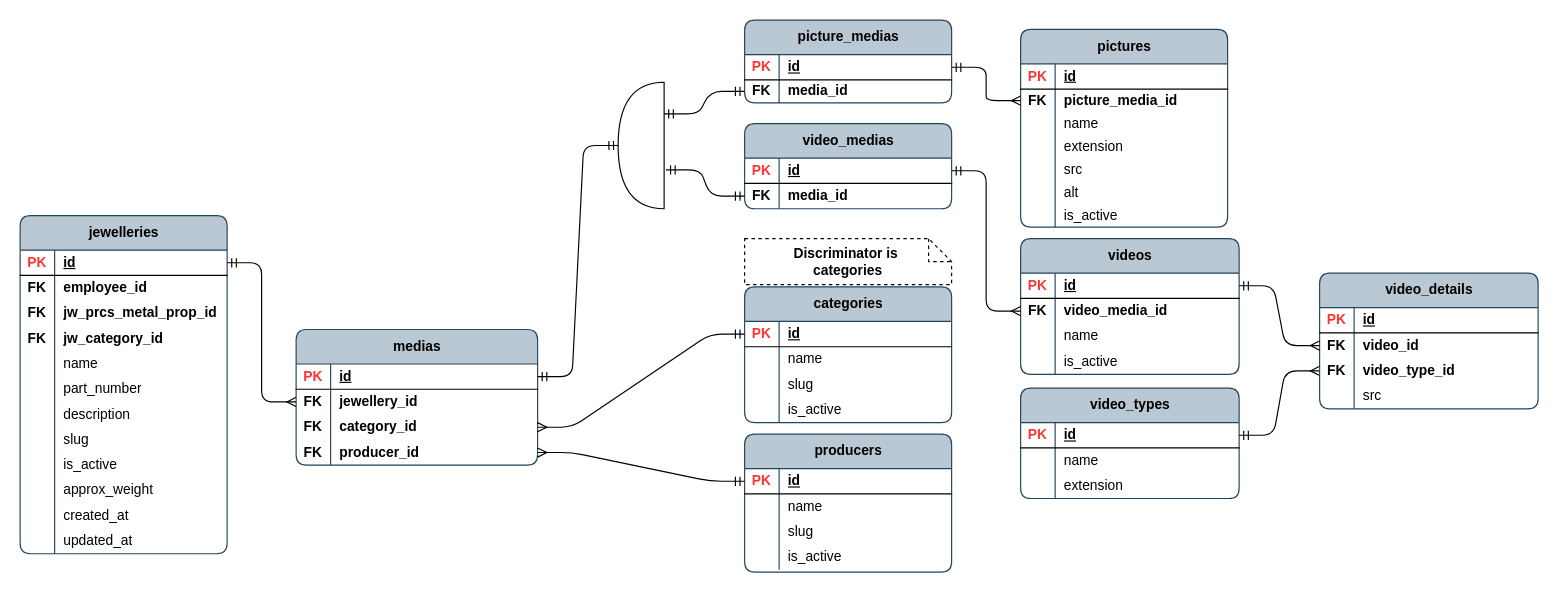
The draw.io diagram page "psql_medias" (6 of 14) of publisher/laravel-app/psql_jewellery_items.drawio in Local-development-environment/msg-brokers-publisher-consumer, before the edit. Source tidied: cells renumbered, new cells numbered last; positions are measured from the earlier drawing's top-left corner, leaving out a move shared by most shapes. Both pictures are drawn from the tidied source at 115%, with x=0, y=0 at pixel (20, 20).
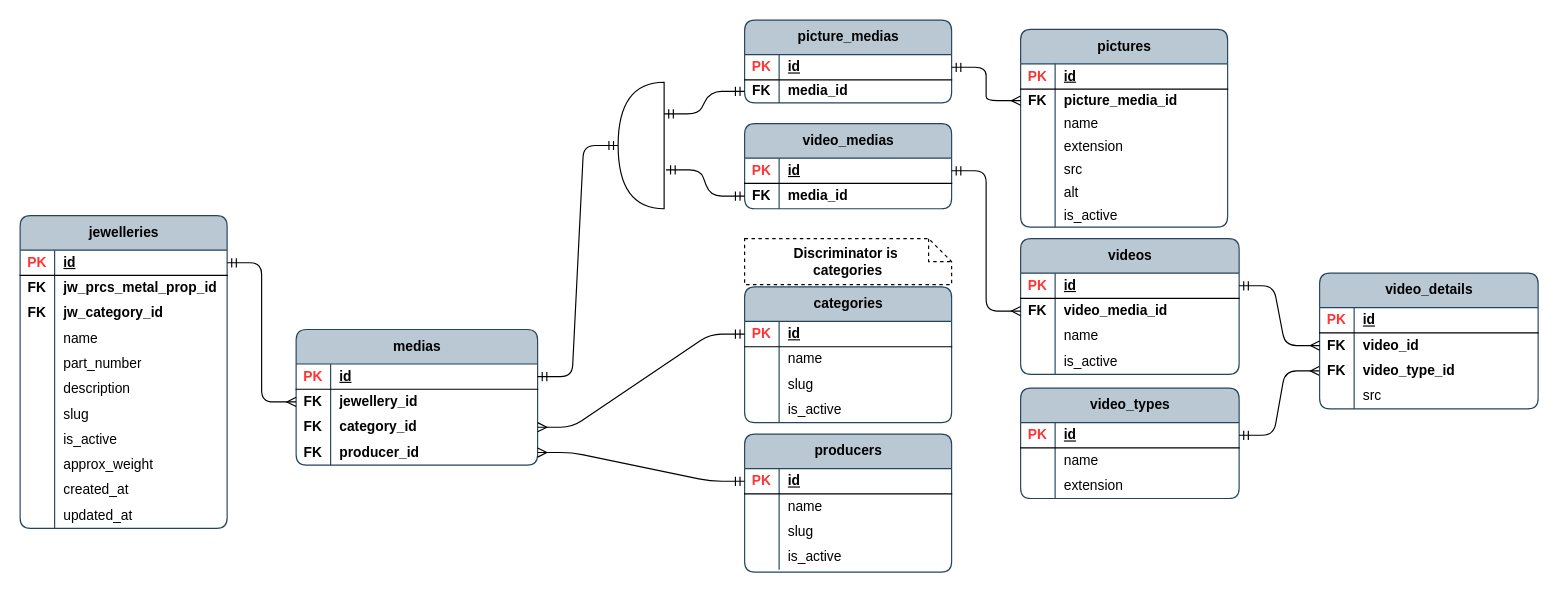
The same page after the edit.

What changed in the source:
```diff
@@
     <mxCell id="17" value="jewelleries" style="shape=table;startSize=30;childLayout=tableLayout;rowLines=0;fontStyle=1;align=center;html=1;rounded=1;swimlaneFillColor=none;fillColor=#bac8d3;strokeColor=#23445d;columnLines=1;arcSize=10;" parent="1" vertex="1">
-      <mxGeometry y="170" width="180" height="294" as="geometry" />
+      <mxGeometry y="170" width="180" height="272" as="geometry" />
     </mxCell>
@@
-    <mxCell id="21" style="shape=tableRow;horizontal=0;startSize=0;swimlaneHead=0;swimlaneBody=0;fillColor=none;top=0;left=0;right=0;bottom=0;rounded=1;" parent="17" vertex="1">
-      <mxGeometry y="52" width="180" height="22" as="geometry" />
-    </mxCell>
-    <mxCell id="22" value="&lt;b&gt;FK&lt;/b&gt;" style="shape=partialRectangle;fillColor=none;top=0;left=0;bottom=0;right=0;overflow=hidden;whiteSpace=wrap;html=1;rounded=1;" parent="21" vertex="1">
-      <mxGeometry width="30" height="22" as="geometry" />
-    </mxCell>
-    <mxCell id="23" value="&lt;b&gt;employee_id&lt;/b&gt;" style="shape=partialRectangle;fillColor=none;top=0;left=0;bottom=0;right=0;align=left;spacingLeft=6;overflow=hidden;whiteSpace=wrap;html=1;rounded=1;" parent="21" vertex="1">
-      <mxGeometry x="30" width="150" height="22" as="geometry" />
-    </mxCell>
     <mxCell id="24" style="shape=tableRow;horizontal=0;startSize=0;swimlaneHead=0;swimlaneBody=0;fillColor=none;top=0;left=0;right=0;bottom=0;rounded=1;" parent="17" vertex="1">
-      <mxGeometry y="74" width="180" height="22" as="geometry" />
+      <mxGeometry y="52" width="180" height="22" as="geometry" />
     </mxCell>
@@
     <mxCell id="27" style="shape=tableRow;horizontal=0;startSize=0;swimlaneHead=0;swimlaneBody=0;fillColor=none;top=0;left=0;right=0;bottom=0;rounded=1;" parent="17" vertex="1">
-      <mxGeometry y="96" width="180" height="22" as="geometry" />
+      <mxGeometry y="74" width="180" height="22" as="geometry" />
     </mxCell>
@@
     <mxCell id="30" style="shape=tableRow;horizontal=0;startSize=0;swimlaneHead=0;swimlaneBody=0;fillColor=none;top=0;left=0;right=0;bottom=0;rounded=1;" parent="17" vertex="1">
-      <mxGeometry y="118" width="180" height="22" as="geometry" />
+      <mxGeometry y="96" width="180" height="22" as="geometry" />
     </mxCell>
@@
     <mxCell id="33" style="shape=tableRow;horizontal=0;startSize=0;swimlaneHead=0;swimlaneBody=0;fillColor=none;top=0;left=0;right=0;bottom=0;rounded=1;" parent="17" vertex="1">
-      <mxGeometry y="140" width="180" height="22" as="geometry" />
+      <mxGeometry y="118" width="180" height="22" as="geometry" />
     </mxCell>
@@
     <mxCell id="36" style="shape=tableRow;horizontal=0;startSize=0;swimlaneHead=0;swimlaneBody=0;fillColor=none;top=0;left=0;right=0;bottom=0;rounded=1;" parent="17" vertex="1">
-      <mxGeometry y="162" width="180" height="22" as="geometry" />
+      <mxGeometry y="140" width="180" height="22" as="geometry" />
     </mxCell>
@@
     <mxCell id="39" style="shape=tableRow;horizontal=0;startSize=0;swimlaneHead=0;swimlaneBody=0;fillColor=none;top=0;left=0;right=0;bottom=0;rounded=1;" parent="17" vertex="1">
-      <mxGeometry y="184" width="180" height="22" as="geometry" />
+      <mxGeometry y="162" width="180" height="22" as="geometry" />
     </mxCell>
@@
     <mxCell id="42" style="shape=tableRow;horizontal=0;startSize=0;swimlaneHead=0;swimlaneBody=0;fillColor=none;top=0;left=0;right=0;bottom=0;rounded=1;" parent="17" vertex="1">
-      <mxGeometry y="206" width="180" height="22" as="geometry" />
+      <mxGeometry y="184" width="180" height="22" as="geometry" />
     </mxCell>
@@
     <mxCell id="45" style="shape=tableRow;horizontal=0;startSize=0;swimlaneHead=0;swimlaneBody=0;fillColor=none;top=0;left=0;right=0;bottom=0;rounded=1;" parent="17" vertex="1">
-      <mxGeometry y="228" width="180" height="22" as="geometry" />
+      <mxGeometry y="206" width="180" height="22" as="geometry" />
     </mxCell>
@@
     <mxCell id="48" style="shape=tableRow;horizontal=0;startSize=0;swimlaneHead=0;swimlaneBody=0;fillColor=none;top=0;left=0;right=0;bottom=0;rounded=1;" parent="17" vertex="1">
-      <mxGeometry y="250" width="180" height="22" as="geometry" />
+      <mxGeometry y="228" width="180" height="22" as="geometry" />
     </mxCell>
@@
     <mxCell id="51" style="shape=tableRow;horizontal=0;startSize=0;swimlaneHead=0;swimlaneBody=0;fillColor=none;top=0;left=0;right=0;bottom=0;rounded=1;" parent="17" vertex="1">
-      <mxGeometry y="272" width="180" height="22" as="geometry" />
+      <mxGeometry y="250" width="180" height="22" as="geometry" />
     </mxCell>
```
